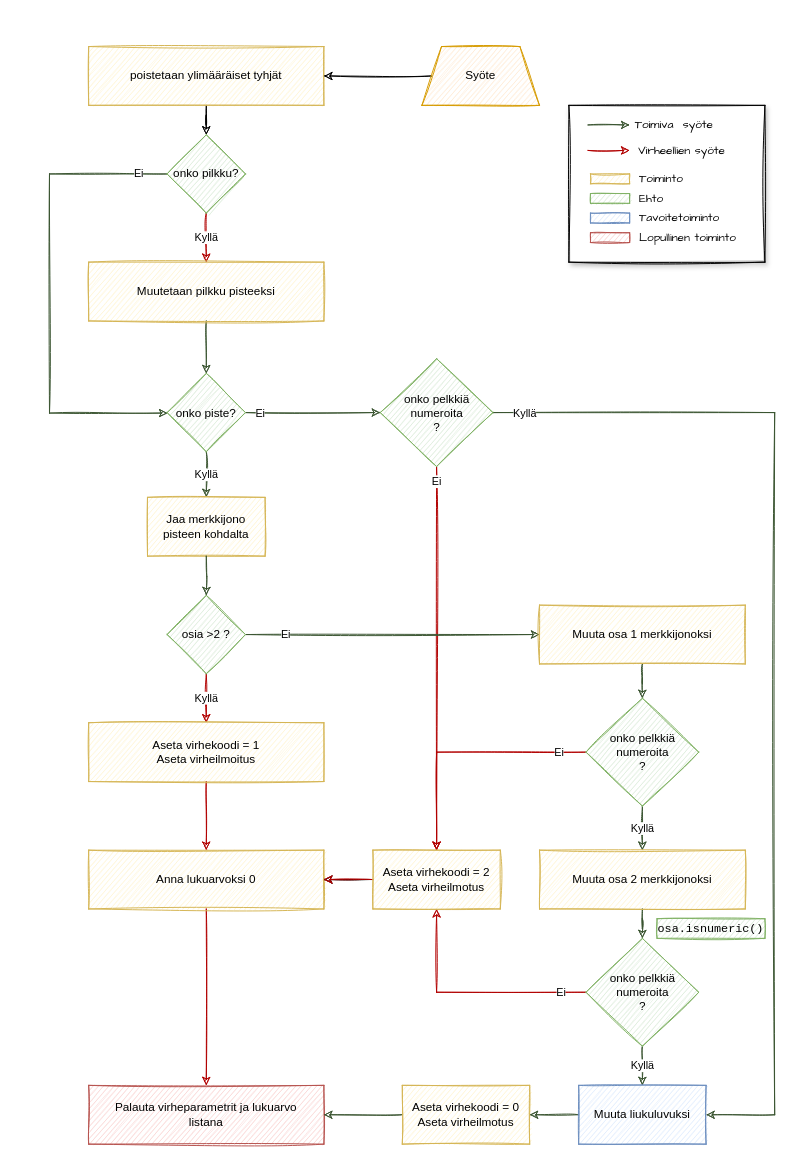
The draw.io diagram docs/Drawings/SanityVuokaavio1.drawio in TomasJouhilampi/Painonhallinta, before the edit. Source tidied: cells renumbered, new cells numbered last; positions are measured from the earlier drawing's top-left corner, leaving out a move shared by most shapes. Both pictures are drawn from the tidied source at 98%, with x=0, y=0 at pixel (49, 46).
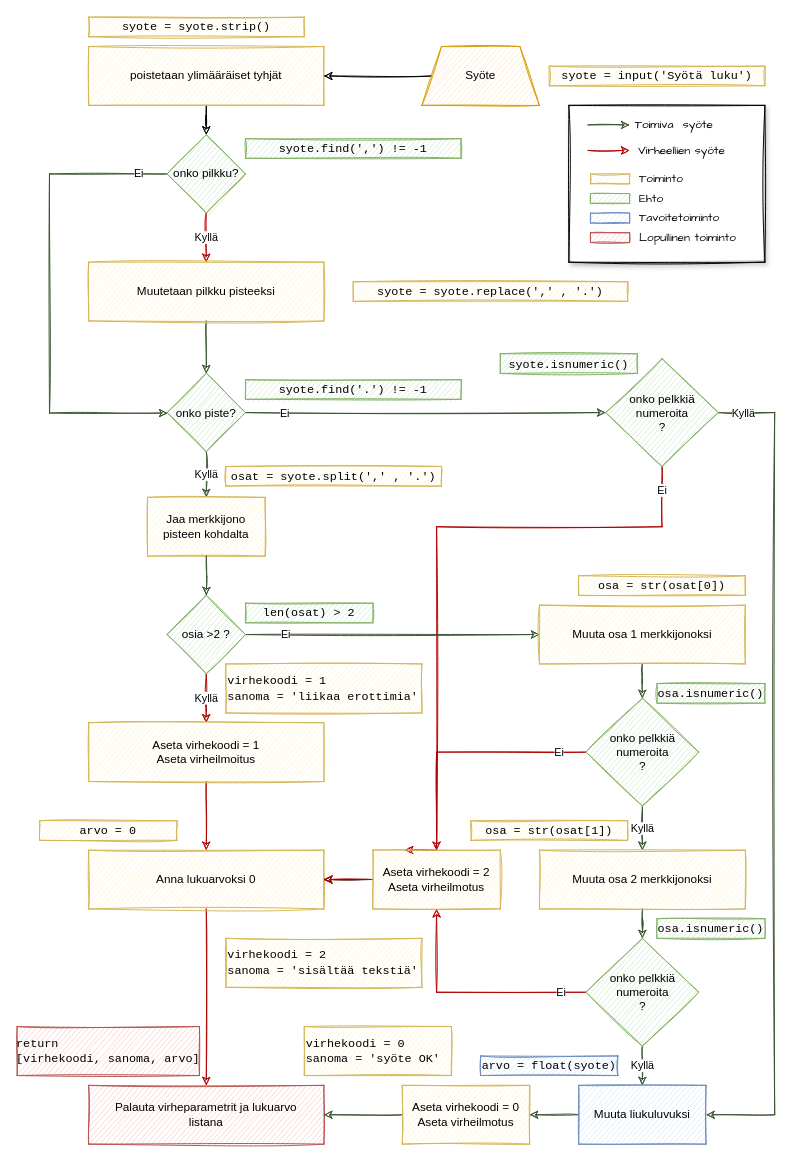
The same page after the edit.

Commit message:
Siirretty koodilaatikkoa

Unchanged cells that the change refers to:
```xml
<mxCell id="38" value="Aseta virhekoodi = 2&lt;br&gt;Aseta virheilmotus" style="rounded=0;whiteSpace=wrap;html=1;sketch=1;fillColor=#fff2cc;strokeColor=#d6b656;" parent="1" vertex="1">
  <mxGeometry x="330" y="820" width="130" height="60" as="geometry" />
</mxCell>
```

Change to the diagram source:
```diff
@@
-    <mxCell id="2" value="Ei" style="edgeStyle=orthogonalEdgeStyle;rounded=0;sketch=1;jettySize=auto;html=1;entryX=0.5;entryY=0;entryDx=0;entryDy=0;fillColor=#e51400;strokeColor=#B20000;" parent="1" edge="1" source="43" target="38">
+    <mxCell id="2" value="Ei" style="edgeStyle=orthogonalEdgeStyle;rounded=0;sketch=1;jettySize=auto;html=1;entryX=0.25;entryY=0;entryDx=0;entryDy=0;fillColor=#e51400;strokeColor=#B20000;" parent="1" edge="1" source="43" target="38">
       <mxGeometry x="-0.93" relative="1" as="geometry">
+        <Array as="points">
+          <mxPoint x="625" y="490" />
+          <mxPoint x="395" y="490" />
+          <mxPoint x="395" y="820" />
+        </Array>
         <mxPoint y="1" as="offset" />
       </mxGeometry>
     </mxCell>
@@
+    <mxCell id="59" value="&lt;font face=&quot;Courier New&quot;&gt;syote = input('Syötä luku')&lt;/font&gt;" style="text;html=1;strokeColor=#d6b656;fillColor=#fff2cc;align=center;verticalAlign=middle;whiteSpace=wrap;rounded=0;sketch=1;" parent="1" vertex="1">
+      <mxGeometry x="510" y="20" width="220" height="20" as="geometry" />
+    </mxCell>
+    <mxCell id="60" value="&lt;font face=&quot;Courier New&quot;&gt;syote = syote.strip()&lt;/font&gt;" style="text;html=1;strokeColor=#d6b656;fillColor=#fff2cc;align=center;verticalAlign=middle;whiteSpace=wrap;rounded=0;sketch=1;" parent="1" vertex="1">
+      <mxGeometry x="40" y="-30" width="220" height="20" as="geometry" />
+    </mxCell>
+    <mxCell id="61" value="&lt;font face=&quot;Courier New&quot;&gt;syote = syote.replace(',' , '.')&lt;/font&gt;" style="text;html=1;strokeColor=#d6b656;fillColor=#fff2cc;align=center;verticalAlign=middle;whiteSpace=wrap;rounded=0;sketch=1;" parent="1" vertex="1">
+      <mxGeometry x="310" y="240" width="280" height="20" as="geometry" />
+    </mxCell>
+    <mxCell id="62" value="&lt;font face=&quot;Courier New&quot;&gt;osat = syote.split(',' , '.')&lt;/font&gt;" style="text;html=1;strokeColor=#d6b656;fillColor=#fff2cc;align=center;verticalAlign=middle;whiteSpace=wrap;rounded=0;sketch=1;" parent="1" vertex="1">
+      <mxGeometry x="180" y="428.5" width="220" height="20" as="geometry" />
+    </mxCell>
+    <mxCell id="63" value="&lt;font face=&quot;Courier New&quot;&gt;syote.find(',') != -1&lt;/font&gt;" style="text;html=1;strokeColor=#82b366;fillColor=#d5e8d4;align=center;verticalAlign=middle;whiteSpace=wrap;rounded=0;sketch=1;" parent="1" vertex="1">
+      <mxGeometry x="200" y="94" width="220" height="20" as="geometry" />
+    </mxCell>
+    <mxCell id="64" value="&lt;font face=&quot;Courier New&quot;&gt;syote.find('.') != -1&lt;/font&gt;" style="text;html=1;strokeColor=#82b366;fillColor=#d5e8d4;align=center;verticalAlign=middle;whiteSpace=wrap;rounded=0;sketch=1;" parent="1" vertex="1">
+      <mxGeometry x="200" y="340" width="220" height="20" as="geometry" />
+    </mxCell>
+    <mxCell id="65" value="&lt;font face=&quot;Courier New&quot;&gt;len(osat) &amp;gt; 2&lt;/font&gt;" style="text;html=1;strokeColor=#82b366;fillColor=#d5e8d4;align=center;verticalAlign=middle;whiteSpace=wrap;rounded=0;sketch=1;" parent="1" vertex="1">
+      <mxGeometry x="200" y="568" width="130" height="20" as="geometry" />
+    </mxCell>
+    <mxCell id="66" value="&lt;font face=&quot;Courier New&quot;&gt;osa = str(osat[0])&lt;/font&gt;" style="text;html=1;strokeColor=#d6b656;fillColor=#fff2cc;align=center;verticalAlign=middle;whiteSpace=wrap;rounded=0;sketch=1;" parent="1" vertex="1">
+      <mxGeometry x="540" y="540" width="170" height="20" as="geometry" />
+    </mxCell>
+    <mxCell id="67" value="&lt;font face=&quot;Courier New&quot;&gt;osa.isnumeric()&lt;/font&gt;" style="text;html=1;strokeColor=#82b366;fillColor=#d5e8d4;align=center;verticalAlign=middle;whiteSpace=wrap;rounded=0;sketch=1;" parent="1" vertex="1">
+      <mxGeometry x="620" y="650" width="110" height="20" as="geometry" />
+    </mxCell>
+    <mxCell id="68" value="&lt;font face=&quot;Courier New&quot;&gt;osa = str(osat[1])&lt;/font&gt;" style="text;html=1;strokeColor=#d6b656;fillColor=#fff2cc;align=center;verticalAlign=middle;whiteSpace=wrap;rounded=0;sketch=1;" parent="1" vertex="1">
+      <mxGeometry x="430" y="790" width="160" height="20" as="geometry" />
+    </mxCell>
+    <mxCell id="69" value="&lt;font face=&quot;Courier New&quot;&gt;syote.isnumeric()&lt;br&gt;&lt;/font&gt;" style="text;html=1;strokeColor=#82b366;fillColor=#d5e8d4;align=center;verticalAlign=middle;whiteSpace=wrap;rounded=0;sketch=1;" parent="1" vertex="1">
+      <mxGeometry x="460" y="313.5" width="140" height="20" as="geometry" />
+    </mxCell>
+    <mxCell id="70" value="&lt;font face=&quot;Courier New&quot;&gt;arvo = float(syote)&lt;/font&gt;" style="text;html=1;strokeColor=#6c8ebf;fillColor=#dae8fc;align=center;verticalAlign=middle;whiteSpace=wrap;rounded=0;sketch=1;" parent="1" vertex="1">
+      <mxGeometry x="440" y="1030" width="140" height="20" as="geometry" />
+    </mxCell>
+    <mxCell id="71" value="&lt;font face=&quot;Courier New&quot;&gt;virhekoodi = 1&lt;br&gt;sanoma = 'liikaa erottimia'&lt;br&gt;&lt;/font&gt;" style="text;html=1;strokeColor=#d6b656;fillColor=#fff2cc;align=left;verticalAlign=middle;whiteSpace=wrap;rounded=0;sketch=1;" parent="1" vertex="1">
+      <mxGeometry x="180" y="630" width="200" height="50" as="geometry" />
+    </mxCell>
+    <mxCell id="72" value="&lt;font face=&quot;Courier New&quot;&gt;virhekoodi = 2&lt;br&gt;sanoma = 'sisältää tekstiä'&lt;br&gt;&lt;/font&gt;" style="text;html=1;strokeColor=#d6b656;fillColor=#fff2cc;align=left;verticalAlign=middle;whiteSpace=wrap;rounded=0;sketch=1;" parent="1" vertex="1">
+      <mxGeometry x="180" y="910" width="200" height="50" as="geometry" />
+    </mxCell>
+    <mxCell id="73" value="&lt;font face=&quot;Courier New&quot;&gt;arvo = 0&lt;/font&gt;" style="text;html=1;strokeColor=#d6b656;fillColor=#fff2cc;align=center;verticalAlign=middle;whiteSpace=wrap;rounded=0;sketch=1;" parent="1" vertex="1">
+      <mxGeometry x="-10" y="790" width="140" height="20" as="geometry" />
+    </mxCell>
+    <mxCell id="74" value="&lt;font face=&quot;Courier New&quot;&gt;virhekoodi = 0&lt;br&gt;sanoma = 'syöte OK'&lt;br&gt;&lt;/font&gt;" style="text;html=1;strokeColor=#d6b656;fillColor=#fff2cc;align=left;verticalAlign=middle;whiteSpace=wrap;rounded=0;sketch=1;" parent="1" vertex="1">
+      <mxGeometry x="260" y="1000" width="150" height="50" as="geometry" />
+    </mxCell>
+    <mxCell id="75" value="&lt;div style=&quot;text-align: left&quot;&gt;&lt;span style=&quot;font-family: &amp;#34;courier new&amp;#34;&quot;&gt;return [virhekoodi,&amp;nbsp;&lt;/span&gt;&lt;span style=&quot;font-family: &amp;#34;courier new&amp;#34;&quot;&gt;sanoma,&lt;/span&gt;&lt;span style=&quot;font-family: &amp;#34;courier new&amp;#34;&quot;&gt;&amp;nbsp;arvo]&lt;/span&gt;&lt;/div&gt;" style="text;html=1;strokeColor=#b85450;fillColor=#f8cecc;align=center;verticalAlign=middle;whiteSpace=wrap;rounded=0;sketch=1;" parent="1" vertex="1">
+      <mxGeometry x="-33" y="1000" width="186" height="50" as="geometry" />
+    </mxCell>
     <mxCell id="43" value="onko pelkkiä numeroita&lt;br&gt;?" style="rhombus;whiteSpace=wrap;html=1;sketch=1;fillColor=#d5e8d4;strokeColor=#82b366;" parent="1" vertex="1">
-      <mxGeometry x="337.5" y="318.5" width="115" height="110" as="geometry" />
+      <mxGeometry x="567.5" y="318.5" width="115" height="110" as="geometry" />
     </mxCell>
```
